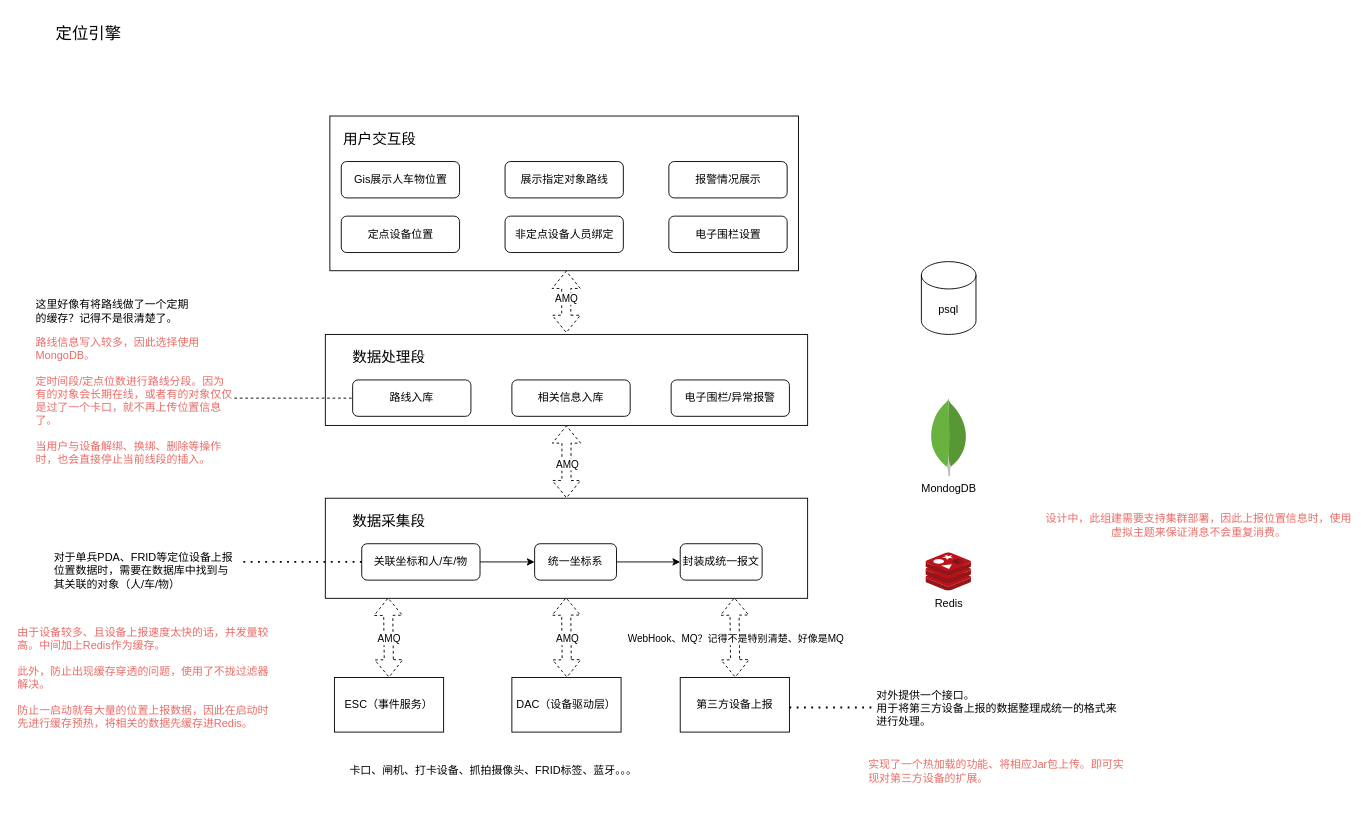
The draw.io diagram page "第 1 页" (1 of 2) of 2023-11-21.drawio in LittleY98/Draw_Repository, before the edit. Source tidied: cells renumbered, new cells numbered last; positions are measured from the earlier drawing's top-left corner, leaving out a move shared by most shapes. Both pictures are drawn from the tidied source at 91%, with x=0, y=0 at pixel (15, 15).
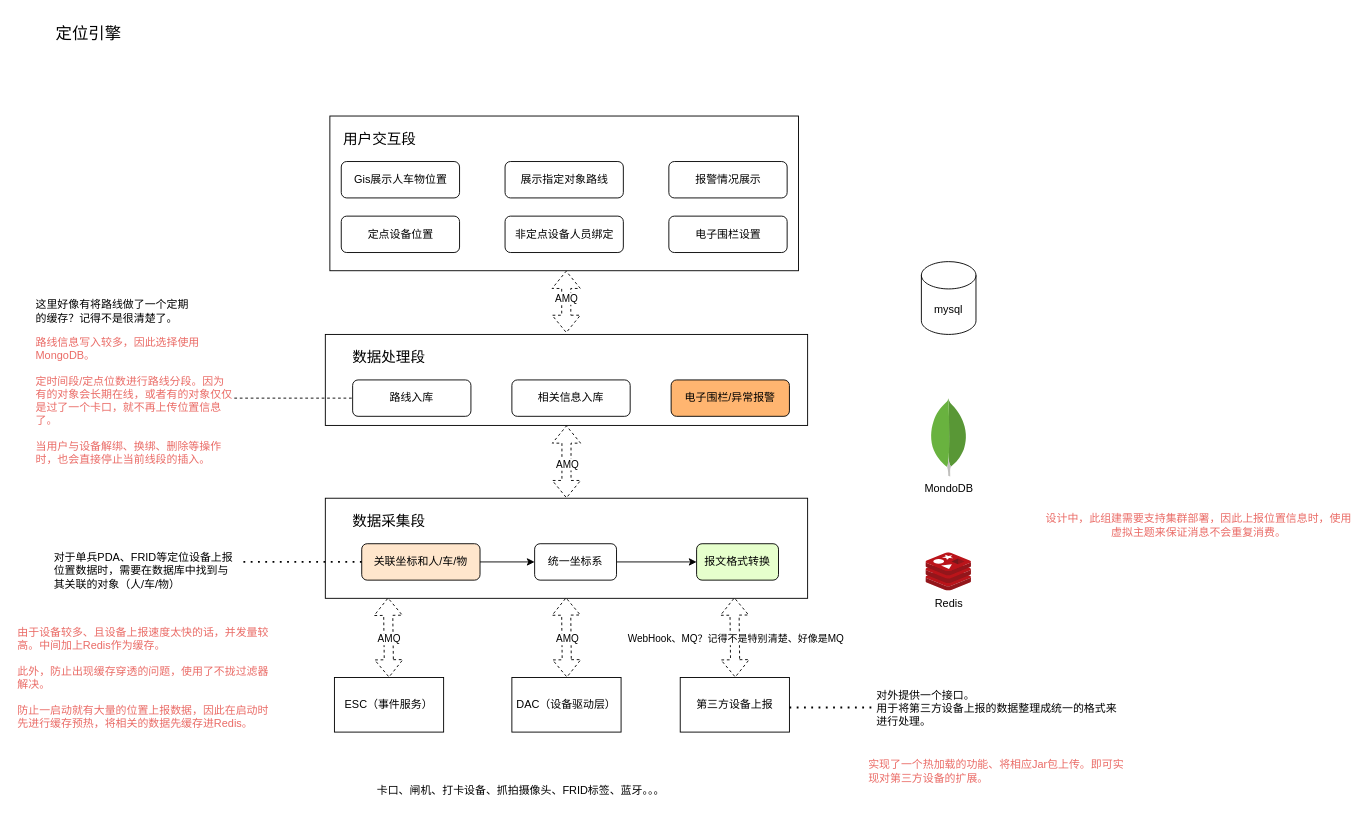
Above is the later version.

The edit, as a diff of the source:
```diff
@@
-    <mxCell id="19" value="封装成统一报文" style="rounded=1;whiteSpace=wrap;html=1;" parent="1" vertex="1">
-      <mxGeometry x="730" y="580" width="90" height="40" as="geometry" />
+    <mxCell id="19" value="报文格式转换" style="rounded=1;whiteSpace=wrap;html=1;fillColor=#E6FFCC;" parent="1" vertex="1">
+      <mxGeometry x="748" y="580" width="90" height="40" as="geometry" />
     </mxCell>
@@
-    <mxCell id="23" value="关联坐标和人/车/物" style="rounded=1;whiteSpace=wrap;html=1;" parent="1" vertex="1">
+    <mxCell id="23" value="关联坐标和人/车/物" style="rounded=1;whiteSpace=wrap;html=1;fillColor=#FFE6CC;" parent="1" vertex="1">
       <mxGeometry x="380" y="580" width="130" height="40" as="geometry" />
     </mxCell>
@@
-    <mxCell id="27" value="电子围栏/异常报警" style="rounded=1;whiteSpace=wrap;html=1;" parent="1" vertex="1">
+    <mxCell id="27" value="电子围栏/异常报警" style="rounded=1;whiteSpace=wrap;html=1;fillColor=#FFB570;" parent="1" vertex="1">
       <mxGeometry x="720" y="400" width="130" height="40" as="geometry" />
     </mxCell>
@@
-    <mxCell id="32" value="psql" style="shape=cylinder3;whiteSpace=wrap;html=1;boundedLbl=1;backgroundOutline=1;size=15;" parent="1" vertex="1">
+    <mxCell id="32" value="mysql" style="shape=cylinder3;whiteSpace=wrap;html=1;boundedLbl=1;backgroundOutline=1;size=15;" parent="1" vertex="1">
       <mxGeometry x="995" y="270" width="60" height="80" as="geometry" />
     </mxCell>
@@
-    <mxCell id="34" value="MondogDB" style="dashed=0;html=1;align=center;labelPosition=center;verticalLabelPosition=bottom;verticalAlign=top;shape=mxgraph.weblogos.mongodb;" parent="1" vertex="1">
+    <mxCell id="34" value="MondoDB" style="dashed=0;html=1;align=center;labelPosition=center;verticalLabelPosition=bottom;verticalAlign=top;shape=mxgraph.weblogos.mongodb;" parent="1" vertex="1">
       <mxGeometry x="1004.4" y="420" width="41.2" height="86.2" as="geometry" />
     </mxCell>
@@
     <mxCell id="49" value="卡口、闸机、打卡设备、抓拍摄像头、FRID标签、蓝牙。。。" style="text;html=1;align=center;verticalAlign=middle;whiteSpace=wrap;rounded=0;" parent="1" vertex="1">
-      <mxGeometry x="350" y="800" width="350" height="60" as="geometry" />
+      <mxGeometry x="380" y="821" width="350" height="60" as="geometry" />
     </mxCell>
```
